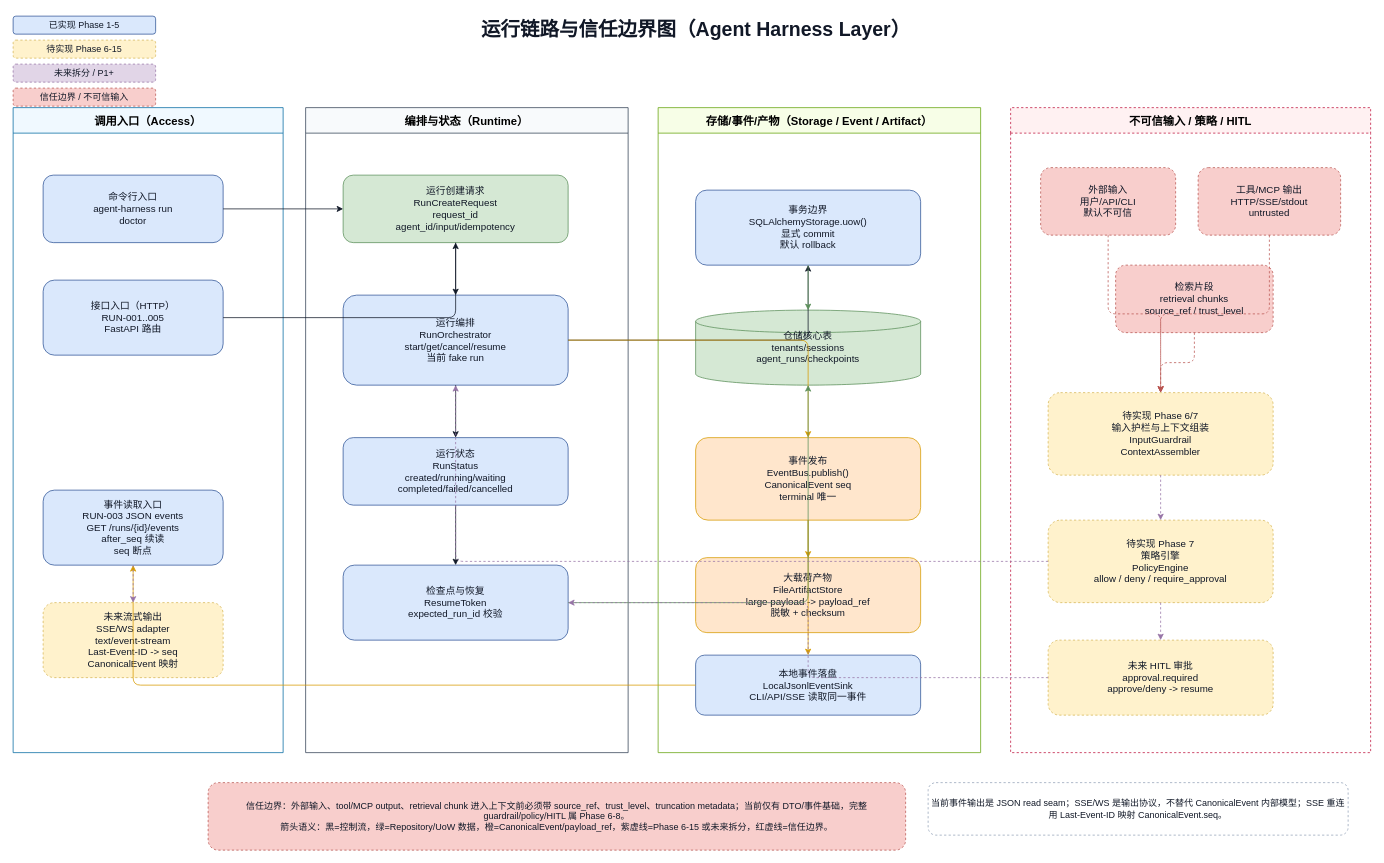
wdmcheng/agent-harness-layer keeps this draw.io diagram as docs/architecture/agent-harness-runtime-trust-boundaries.drawio. Above is the earlier version. Source tidied: cells renumbered, new cells numbered last; positions are measured from the earlier drawing's top-left corner, leaving out a move shared by most shapes. Both pictures are drawn from the tidied source at 75%, with x=0, y=0 at pixel (13, 13).
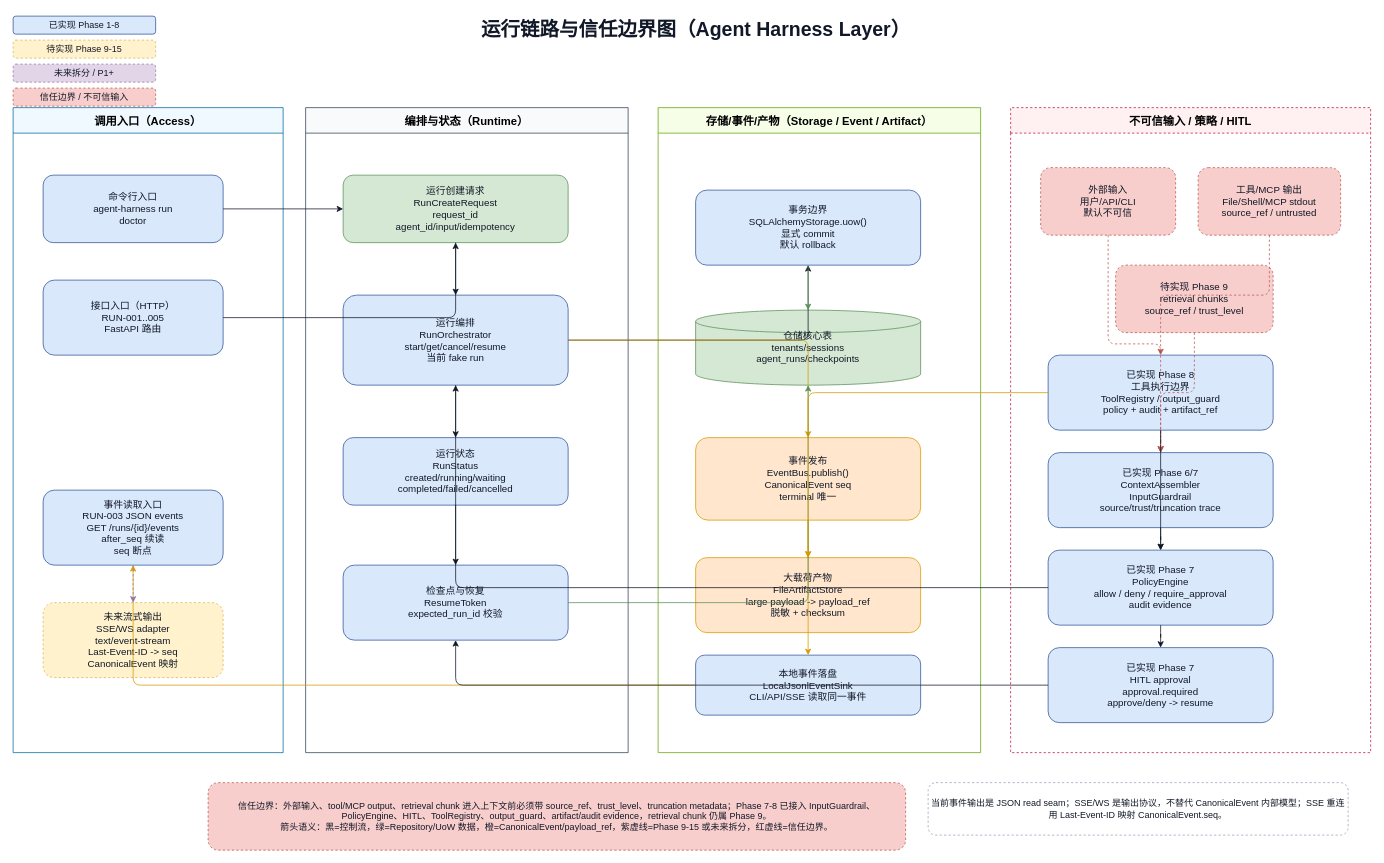
Above is the later version.

Commit message (it also covers changes not shown here):
docs: update architecture diagrams for phase 8

Unchanged cells that the change refers to:
```xml
<mxCell id="10" value="不可信输入 / 策略 / HITL" style="swimlane;startSize=34;html=1;whiteSpace=wrap;rounded=0;fontSize=15;fontStyle=1;fillColor=#fff1f2;strokeColor=#be123c;dashed=1;" parent="1" vertex="1">
  <mxGeometry x="1330" y="126" width="480" height="860" as="geometry" />
</mxCell>
<mxCell id="18" value="运行编排&#10;RunOrchestrator&#10;start/get/cancel/resume&#10;当前 fake run" style="rounded=1;whiteSpace=wrap;html=1;fillColor=#dae8fc;strokeColor=#2f5597;fontColor=#111827;fontSize=13;" parent="8" vertex="1">
  <mxGeometry x="50" y="250" width="300" height="120" as="geometry" />
</mxCell>
<mxCell id="20" value="检查点与恢复&#10;ResumeToken&#10;expected_run_id 校验" style="rounded=1;whiteSpace=wrap;html=1;fillColor=#dae8fc;strokeColor=#2f5597;fontColor=#111827;fontSize=13;" parent="8" vertex="1">
  <mxGeometry x="50" y="610" width="300" height="100" as="geometry" />
</mxCell>
<mxCell id="24" value="大载荷产物&#10;FileArtifactStore&#10;large payload -&gt; payload_ref&#10;脱敏 + checksum" style="rounded=1;whiteSpace=wrap;html=1;fillColor=#ffe6cc;strokeColor=#d79b00;fontColor=#111827;fontSize=13;" parent="9" vertex="1">
  <mxGeometry x="50" y="600" width="300" height="100" as="geometry" />
</mxCell>
```

Diff of the diagram source:
```diff
@@
-    <mxCell id="3" value="已实现 Phase 1-5" style="rounded=1;whiteSpace=wrap;html=1;fillColor=#dae8fc;strokeColor=#2f5597;fontColor=#111827;fontSize=13;fontSize=12;" parent="1" vertex="1">
+    <mxCell id="3" value="已实现 Phase 1-8" style="rounded=1;whiteSpace=wrap;html=1;fillColor=#dae8fc;strokeColor=#2f5597;fontColor=#111827;fontSize=13;fontSize=12;" parent="1" vertex="1">
       <mxGeometry y="4" width="190" height="24" as="geometry" />
     </mxCell>
-    <mxCell id="4" value="待实现 Phase 6-15" style="rounded=1;whiteSpace=wrap;html=1;fillColor=#fff2cc;strokeColor=#d6b656;fontColor=#111827;fontSize=13;dashed=1;fontSize=12;" parent="1" vertex="1">
+    <mxCell id="4" value="待实现 Phase 9-15" style="rounded=1;whiteSpace=wrap;html=1;fillColor=#fff2cc;strokeColor=#d6b656;fontColor=#111827;fontSize=13;dashed=1;fontSize=12;" parent="1" vertex="1">
       <mxGeometry y="36" width="190" height="24" as="geometry" />
     </mxCell>
@@
-    <mxCell id="11" value="信任边界：外部输入、tool/MCP output、retrieval chunk 进入上下文前必须带 source_ref、trust_level、truncation metadata；当前仅有 DTO/事件基础，完整 guardrail/policy/HITL 属 Phase 6-8。&#10;箭头语义：黑=控制流，绿=Repository/UoW 数据，橙=CanonicalEvent/payload_ref，紫虚线=Phase 6-15 或未来拆分，红虚线=信任边界。" style="rounded=1;whiteSpace=wrap;html=1;fillColor=#f8cecc;strokeColor=#b85450;fontColor=#111827;fontSize=13;dashed=1;fontSize=12;" parent="1" vertex="1">
+    <mxCell id="11" value="信任边界：外部输入、tool/MCP output、retrieval chunk 进入上下文前必须带 source_ref、trust_level、truncation metadata；Phase 7-8 已接入 InputGuardrail、PolicyEngine、HITL、ToolRegistry、output_guard、artifact/audit evidence，retrieval chunk 仍属 Phase 9。&#10;箭头语义：黑=控制流，绿=Repository/UoW 数据，橙=CanonicalEvent/payload_ref，紫虚线=Phase 9-15 或未来拆分，红虚线=信任边界。" style="rounded=1;whiteSpace=wrap;html=1;fillColor=#f8cecc;strokeColor=#b85450;fontColor=#111827;fontSize=13;dashed=1;fontSize=12;" parent="1" vertex="1">
       <mxGeometry x="260" y="1026" width="930" height="90" as="geometry" />
     </mxCell>
@@
-    <mxCell id="27" value="工具/MCP 输出&#10;HTTP/SSE/stdout&#10;untrusted" style="rounded=1;whiteSpace=wrap;html=1;fillColor=#f8cecc;strokeColor=#b85450;fontColor=#111827;fontSize=13;dashed=1;" parent="10" vertex="1">
+    <mxCell id="27" value="工具/MCP 输出&#10;File/Shell/MCP stdout&#10;source_ref / untrusted" style="rounded=1;whiteSpace=wrap;html=1;fillColor=#f8cecc;strokeColor=#b85450;fontColor=#111827;fontSize=13;dashed=1;" parent="10" vertex="1">
       <mxGeometry x="250" y="80" width="190" height="90" as="geometry" />
     </mxCell>
-    <mxCell id="28" value="检索片段&#10;retrieval chunks&#10;source_ref / trust_level" style="rounded=1;whiteSpace=wrap;html=1;fillColor=#f8cecc;strokeColor=#b85450;fontColor=#111827;fontSize=13;dashed=1;" parent="10" vertex="1">
+    <mxCell id="28" value="待实现 Phase 9&#10;retrieval chunks&#10;source_ref / trust_level" style="rounded=1;whiteSpace=wrap;html=1;fillColor=#f8cecc;strokeColor=#b85450;fontColor=#111827;fontSize=13;dashed=1;" parent="10" vertex="1">
       <mxGeometry x="140" y="210" width="210" height="90" as="geometry" />
     </mxCell>
-    <mxCell id="29" value="待实现 Phase 6/7&#10;输入护栏与上下文组装&#10;InputGuardrail&#10;ContextAssembler" style="rounded=1;whiteSpace=wrap;html=1;fillColor=#fff2cc;strokeColor=#d6b656;fontColor=#111827;fontSize=13;dashed=1;" parent="10" vertex="1">
-      <mxGeometry x="50" y="380" width="300" height="110" as="geometry" />
+    <mxCell id="29" value="已实现 Phase 6/7&#10;ContextAssembler&#10;InputGuardrail&#10;source/trust/truncation trace" style="rounded=1;whiteSpace=wrap;html=1;fillColor=#dae8fc;strokeColor=#2f5597;fontColor=#111827;fontSize=13;" parent="10" vertex="1">
+      <mxGeometry x="50" y="460" width="300" height="100" as="geometry" />
     </mxCell>
-    <mxCell id="30" value="待实现 Phase 7&#10;策略引擎&#10;PolicyEngine&#10;allow / deny / require_approval" style="rounded=1;whiteSpace=wrap;html=1;fillColor=#fff2cc;strokeColor=#d6b656;fontColor=#111827;fontSize=13;dashed=1;" parent="10" vertex="1">
-      <mxGeometry x="50" y="550" width="300" height="110" as="geometry" />
+    <mxCell id="30" value="已实现 Phase 7&#10;PolicyEngine&#10;allow / deny / require_approval&#10;audit evidence" style="rounded=1;whiteSpace=wrap;html=1;fillColor=#dae8fc;strokeColor=#2f5597;fontColor=#111827;fontSize=13;" parent="10" vertex="1">
+      <mxGeometry x="50" y="590" width="300" height="100" as="geometry" />
     </mxCell>
-    <mxCell id="31" value="未来 HITL 审批&#10;approval.required&#10;approve/deny -&gt; resume" style="rounded=1;whiteSpace=wrap;html=1;fillColor=#fff2cc;strokeColor=#d6b656;fontColor=#111827;fontSize=13;dashed=1;" parent="10" vertex="1">
-      <mxGeometry x="50" y="710" width="300" height="100" as="geometry" />
+    <mxCell id="31" value="已实现 Phase 7&#10;HITL approval&#10;approval.required&#10;approve/deny -&gt; resume" style="rounded=1;whiteSpace=wrap;html=1;fillColor=#dae8fc;strokeColor=#2f5597;fontColor=#111827;fontSize=13;" parent="10" vertex="1">
+      <mxGeometry x="50" y="720" width="300" height="100" as="geometry" />
     </mxCell>
@@
-    <mxCell id="46" style="edgeStyle=orthogonalEdgeStyle;rounded=1;jettySize=auto;html=1;fontSize=11;labelBackgroundColor=#ffffff;strokeColor=#b85450;dashed=1;" parent="1" edge="1" source="27" target="29">
+    <mxCell id="46" style="edgeStyle=orthogonalEdgeStyle;rounded=1;jettySize=auto;html=1;fontSize=11;labelBackgroundColor=#ffffff;strokeColor=#b85450;dashed=1;" parent="1" edge="1" source="27" target="52">
       <mxGeometry relative="1" as="geometry" />
     </mxCell>
@@
-    <mxCell id="48" style="edgeStyle=orthogonalEdgeStyle;rounded=1;jettySize=auto;html=1;fontSize=11;labelBackgroundColor=#ffffff;strokeColor=#9673a6;dashed=1;" parent="1" edge="1" source="29" target="30">
+    <mxCell id="48" style="edgeStyle=orthogonalEdgeStyle;rounded=1;jettySize=auto;html=1;fontSize=11;labelBackgroundColor=#ffffff;strokeColor=#111827;" parent="1" edge="1" source="29" target="30">
       <mxGeometry relative="1" as="geometry" />
     </mxCell>
-    <mxCell id="49" style="edgeStyle=orthogonalEdgeStyle;rounded=1;jettySize=auto;html=1;fontSize=11;labelBackgroundColor=#ffffff;strokeColor=#9673a6;dashed=1;" parent="1" edge="1" source="30" target="31">
+    <mxCell id="49" style="edgeStyle=orthogonalEdgeStyle;rounded=1;jettySize=auto;html=1;fontSize=11;labelBackgroundColor=#ffffff;strokeColor=#111827;" parent="1" edge="1" source="30" target="31">
       <mxGeometry relative="1" as="geometry" />
     </mxCell>
-    <mxCell id="50" style="edgeStyle=orthogonalEdgeStyle;rounded=1;jettySize=auto;html=1;fontSize=11;labelBackgroundColor=#ffffff;strokeColor=#9673a6;dashed=1;" parent="1" edge="1" source="31" target="20">
+    <mxCell id="50" style="edgeStyle=orthogonalEdgeStyle;rounded=1;jettySize=auto;html=1;fontSize=11;labelBackgroundColor=#ffffff;strokeColor=#111827;" parent="1" edge="1" source="31" target="20">
       <mxGeometry relative="1" as="geometry" />
     </mxCell>
-    <mxCell id="51" style="edgeStyle=orthogonalEdgeStyle;rounded=1;jettySize=auto;html=1;fontSize=11;labelBackgroundColor=#ffffff;strokeColor=#9673a6;dashed=1;" parent="1" edge="1" source="30" target="18">
+    <mxCell id="51" style="edgeStyle=orthogonalEdgeStyle;rounded=1;jettySize=auto;html=1;fontSize=11;labelBackgroundColor=#ffffff;strokeColor=#111827;" parent="1" edge="1" source="30" target="18">
       <mxGeometry relative="1" as="geometry" />
     </mxCell>
+    <mxCell id="52" value="已实现 Phase 8&#10;工具执行边界&#10;ToolRegistry / output_guard&#10;policy + audit + artifact_ref" style="rounded=1;whiteSpace=wrap;html=1;fontColor=#111827;fontSize=13;fillColor=#dae8fc;strokeColor=#2f5597;" parent="10" vertex="1">
+      <mxGeometry x="50" y="330" width="300" height="100" as="geometry" />
+    </mxCell>
+    <mxCell id="53" style="edgeStyle=orthogonalEdgeStyle;rounded=1;jettySize=auto;html=1;fontSize=11;labelBackgroundColor=#ffffff;strokeColor=#b85450;dashed=1;" parent="1" edge="1" source="52" target="29">
+      <mxGeometry relative="1" as="geometry" />
+    </mxCell>
+    <mxCell id="54" style="edgeStyle=orthogonalEdgeStyle;rounded=1;jettySize=auto;html=1;fontSize=11;labelBackgroundColor=#ffffff;strokeColor=#111827;" parent="1" edge="1" source="52" target="30">
+      <mxGeometry relative="1" as="geometry" />
+    </mxCell>
+    <mxCell id="55" style="edgeStyle=orthogonalEdgeStyle;rounded=1;jettySize=auto;html=1;fontSize=11;labelBackgroundColor=#ffffff;strokeColor=#d79b00;" parent="1" edge="1" source="52" target="24">
+      <mxGeometry relative="1" as="geometry" />
+    </mxCell>
```
